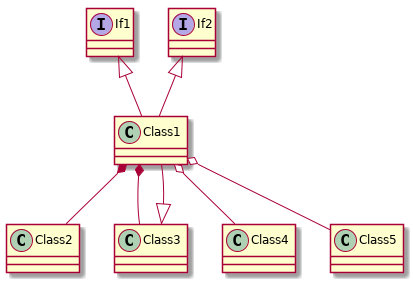
coffeemore/puml keeps this PlantUML diagram as code/testfolder/xmlSpecifications/ClassDiagram.png. Above is the earlier version.
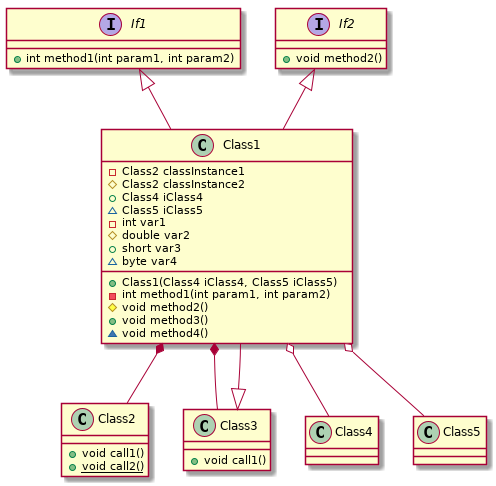
After the commit.

The edit, as a diff of the source:
```diff
@@ -1,11 +1,34 @@
 @startuml
-class Class1
-class Class2
-class Class3
+class Class1{
+-Class2 classInstance1
+#Class2 classInstance2
++Class4 iClass4
+~Class5 iClass5
+-int var1
+#double var2
++short var3
+~byte var4
++Class1(Class4 iClass4, Class5 iClass5)
+-int method1(int param1, int param2)
+#void method2()
++void method3()
+~void method4()
+}
+class Class2{
++void call1()
++{static} void call2()
+}
+class Class3{
++void call1()
+}
 class Class4
 class Class5
-interface If1
-interface If2
+interface If1{
++int method1(int param1, int param2)
+}
+interface If2{
++void method2()
+}
 Class3 <|-- Class1
 If1 <|-- Class1
 If2 <|-- Class1
```
